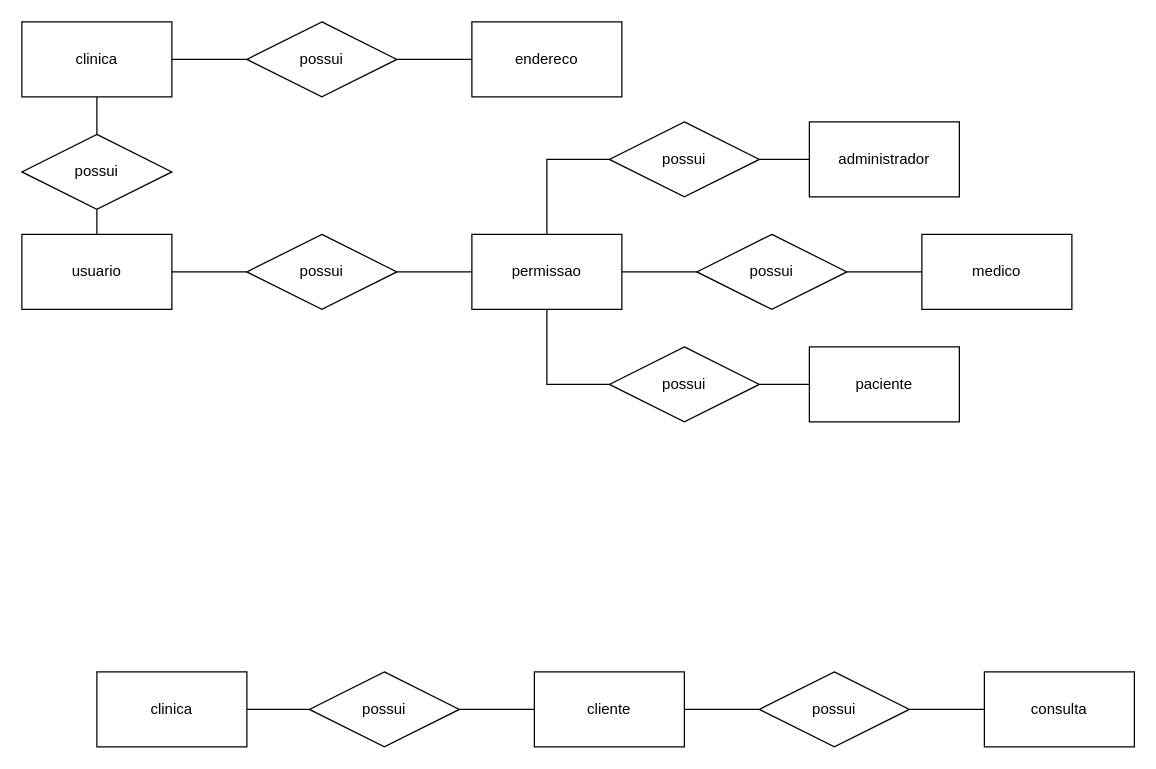
Earlier version of the draw.io diagram page "Conceitual" (1 of 2) of Modelagem/Modelagem.drawio (biancamarangoni/SP-Medical-Group). Source tidied: cells renumbered, new cells numbered last; positions are measured from the earlier drawing's top-left corner, leaving out a move shared by most shapes. Both pictures are drawn from the tidied source at 125%, with x=0, y=0 at pixel (21, 21).
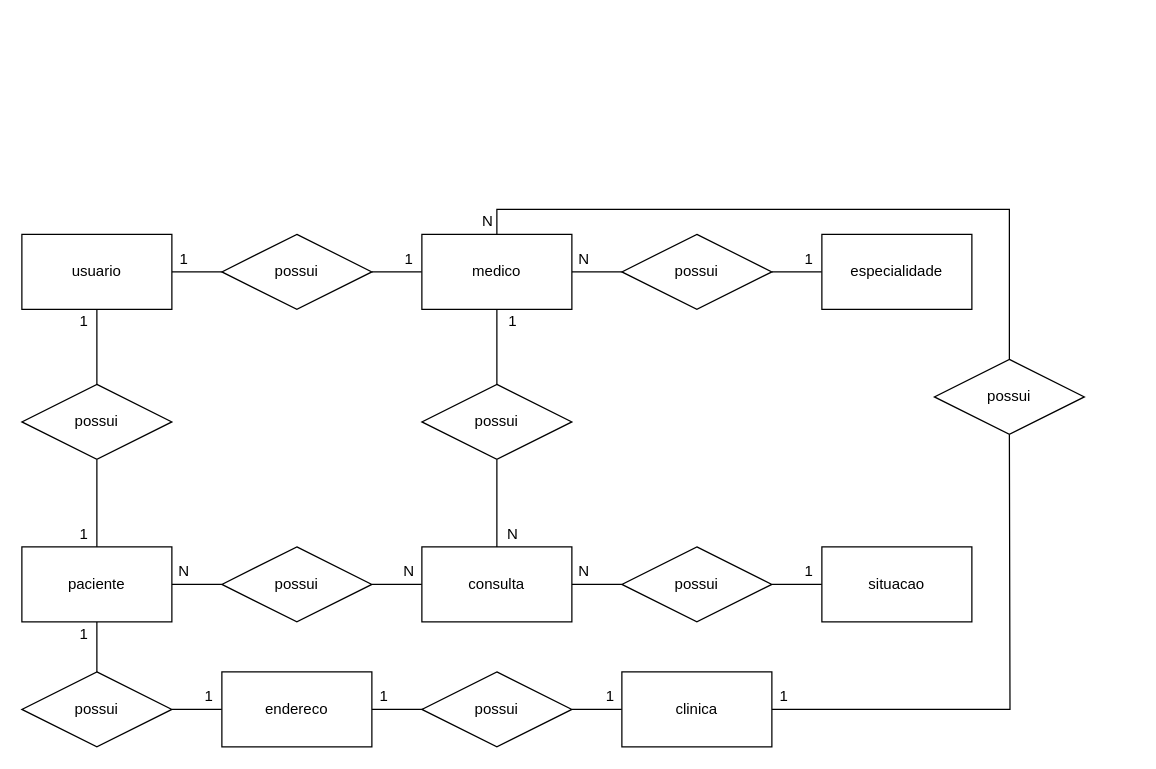
Above is the later version.

Commit message (it also covers changes not shown here):
Modelagem atualizada

The change refers to these unchanged cells:
```xml
<mxCell id="3" value="usuario" style="rounded=0;whiteSpace=wrap;html=1;" parent="1" vertex="1">
  <mxGeometry y="170" width="120" height="60" as="geometry" />
</mxCell>
```

What changed in the source:
```diff
@@
+    <mxCell id="36" style="edgeStyle=orthogonalEdgeStyle;rounded=0;jettySize=auto;html=1;endArrow=none;endFill=0;" parent="1" edge="1" source="3" target="40">
+      <mxGeometry relative="1" as="geometry" />
+    </mxCell>
@@
     <mxCell id="4" style="edgeStyle=orthogonalEdgeStyle;rounded=0;jettySize=auto;html=1;endArrow=none;endFill=0;" parent="1" edge="1" source="5" target="9">
-      <mxGeometry relative="1" as="geometry" />
+      <mxGeometry relative="1" as="geometry">
+        <Array as="points">
+          <mxPoint x="60" y="450" />
+        </Array>
+      </mxGeometry>
     </mxCell>
     <mxCell id="5" value="possui" style="shape=rhombus;perimeter=rhombusPerimeter;whiteSpace=wrap;html=1;align=center;" parent="1" vertex="1">
-      <mxGeometry x="180" y="170" width="120" height="60" as="geometry" />
+      <mxGeometry y="290" width="120" height="60" as="geometry" />
     </mxCell>
-    <mxCell id="6" style="edgeStyle=orthogonalEdgeStyle;rounded=0;jettySize=auto;html=1;endArrow=none;endFill=0;" parent="1" edge="1" source="9" target="11">
-      <mxGeometry relative="1" as="geometry">
-        <Array as="points">
-          <mxPoint x="420" y="290" />
-        </Array>
-      </mxGeometry>
-    </mxCell>
-    <mxCell id="7" style="edgeStyle=orthogonalEdgeStyle;rounded=0;jettySize=auto;html=1;endArrow=none;endFill=0;" parent="1" edge="1" source="9" target="14">
-      <mxGeometry relative="1" as="geometry" />
-    </mxCell>
-    <mxCell id="8" style="edgeStyle=orthogonalEdgeStyle;rounded=0;jettySize=auto;html=1;entryX=0;entryY=0.5;entryDx=0;entryDy=0;endArrow=none;endFill=0;" parent="1" edge="1" source="9" target="17">
-      <mxGeometry relative="1" as="geometry">
-        <Array as="points">
-          <mxPoint x="420" y="110" />
-        </Array>
-      </mxGeometry>
-    </mxCell>
+    <mxCell id="37" style="edgeStyle=orthogonalEdgeStyle;rounded=0;jettySize=auto;html=1;endArrow=none;endFill=0;" parent="1" edge="1" source="9" target="44">
+      <mxGeometry relative="1" as="geometry" />
+    </mxCell>
+    <mxCell id="38" style="edgeStyle=orthogonalEdgeStyle;rounded=0;jettySize=auto;html=1;endArrow=none;endFill=0;" parent="1" edge="1" source="9" target="51">
+      <mxGeometry relative="1" as="geometry" />
+    </mxCell>
-    <mxCell id="9" value="permissao" style="rounded=0;whiteSpace=wrap;html=1;" parent="1" vertex="1">
-      <mxGeometry x="360" y="170" width="120" height="60" as="geometry" />
+    <mxCell id="9" value="paciente" style="rounded=0;whiteSpace=wrap;html=1;" parent="1" vertex="1">
+      <mxGeometry y="420" width="120" height="60" as="geometry" />
     </mxCell>
-    <mxCell id="10" style="edgeStyle=orthogonalEdgeStyle;rounded=0;jettySize=auto;html=1;endArrow=none;endFill=0;" parent="1" edge="1" source="11" target="12">
-      <mxGeometry relative="1" as="geometry" />
-    </mxCell>
-    <mxCell id="11" value="possui" style="shape=rhombus;perimeter=rhombusPerimeter;whiteSpace=wrap;html=1;align=center;" parent="1" vertex="1">
-      <mxGeometry x="470" y="260" width="120" height="60" as="geometry" />
-    </mxCell>
-    <mxCell id="12" value="paciente" style="rounded=0;whiteSpace=wrap;html=1;" parent="1" vertex="1">
-      <mxGeometry x="630" y="260" width="120" height="60" as="geometry" />
-    </mxCell>
-    <mxCell id="13" style="edgeStyle=orthogonalEdgeStyle;rounded=0;jettySize=auto;html=1;endArrow=none;endFill=0;" parent="1" edge="1" source="14" target="15">
-      <mxGeometry relative="1" as="geometry" />
-    </mxCell>
-    <mxCell id="14" value="possui" style="shape=rhombus;perimeter=rhombusPerimeter;whiteSpace=wrap;html=1;align=center;" parent="1" vertex="1">
-      <mxGeometry x="540" y="170" width="120" height="60" as="geometry" />
-    </mxCell>
+    <mxCell id="39" style="edgeStyle=orthogonalEdgeStyle;rounded=0;jettySize=auto;html=1;endArrow=none;endFill=0;" parent="1" edge="1" source="40" target="15">
+      <mxGeometry relative="1" as="geometry" />
+    </mxCell>
+    <mxCell id="40" value="possui" style="shape=rhombus;perimeter=rhombusPerimeter;whiteSpace=wrap;html=1;align=center;" parent="1" vertex="1">
+      <mxGeometry x="160" y="170" width="120" height="60" as="geometry" />
+    </mxCell>
+    <mxCell id="41" style="edgeStyle=orthogonalEdgeStyle;rounded=0;jettySize=auto;html=1;exitX=1;exitY=0.5;exitDx=0;exitDy=0;endArrow=none;endFill=0;" parent="1" edge="1" source="15" target="54">
+      <mxGeometry relative="1" as="geometry" />
+    </mxCell>
+    <mxCell id="42" style="edgeStyle=orthogonalEdgeStyle;rounded=0;jettySize=auto;html=1;endArrow=none;endFill=0;" parent="1" edge="1" source="15" target="57">
+      <mxGeometry relative="1" as="geometry" />
+    </mxCell>
     <mxCell id="15" value="medico" style="rounded=0;whiteSpace=wrap;html=1;" parent="1" vertex="1">
-      <mxGeometry x="720" y="170" width="120" height="60" as="geometry" />
+      <mxGeometry x="320" y="170" width="120" height="60" as="geometry" />
     </mxCell>
-    <mxCell id="16" style="edgeStyle=orthogonalEdgeStyle;rounded=0;jettySize=auto;html=1;endArrow=none;endFill=0;" parent="1" edge="1" source="17" target="18">
-      <mxGeometry relative="1" as="geometry" />
-    </mxCell>
-    <mxCell id="17" value="possui" style="shape=rhombus;perimeter=rhombusPerimeter;whiteSpace=wrap;html=1;align=center;" parent="1" vertex="1">
-      <mxGeometry x="470" y="80" width="120" height="60" as="geometry" />
-    </mxCell>
-    <mxCell id="18" value="administrador" style="rounded=0;whiteSpace=wrap;html=1;" parent="1" vertex="1">
-      <mxGeometry x="630" y="80" width="120" height="60" as="geometry" />
-    </mxCell>
-    <mxCell id="19" style="edgeStyle=orthogonalEdgeStyle;rounded=0;jettySize=auto;html=1;endArrow=none;endFill=0;" parent="1" edge="1" source="20" target="22">
-      <mxGeometry relative="1" as="geometry" />
-    </mxCell>
-    <mxCell id="20" value="clinica" style="rounded=0;whiteSpace=wrap;html=1;" parent="1" vertex="1">
-      <mxGeometry x="60" y="520" width="120" height="60" as="geometry" />
-    </mxCell>
-    <mxCell id="21" style="edgeStyle=orthogonalEdgeStyle;rounded=0;jettySize=auto;html=1;endArrow=none;endFill=0;" parent="1" edge="1" source="22" target="24">
-      <mxGeometry relative="1" as="geometry" />
-    </mxCell>
-    <mxCell id="22" value="possui" style="shape=rhombus;perimeter=rhombusPerimeter;whiteSpace=wrap;html=1;align=center;" parent="1" vertex="1">
-      <mxGeometry x="230" y="520" width="120" height="60" as="geometry" />
-    </mxCell>
-    <mxCell id="23" style="edgeStyle=orthogonalEdgeStyle;rounded=0;jettySize=auto;html=1;endArrow=none;endFill=0;" parent="1" edge="1" source="24" target="26">
-      <mxGeometry relative="1" as="geometry" />
-    </mxCell>
-    <mxCell id="24" value="cliente" style="rounded=0;whiteSpace=wrap;html=1;" parent="1" vertex="1">
-      <mxGeometry x="410" y="520" width="120" height="60" as="geometry" />
-    </mxCell>
-    <mxCell id="25" style="edgeStyle=orthogonalEdgeStyle;rounded=0;jettySize=auto;html=1;endArrow=none;endFill=0;" parent="1" edge="1" source="26" target="27">
-      <mxGeometry relative="1" as="geometry" />
-    </mxCell>
-    <mxCell id="26" value="possui" style="shape=rhombus;perimeter=rhombusPerimeter;whiteSpace=wrap;html=1;align=center;" parent="1" vertex="1">
-      <mxGeometry x="590" y="520" width="120" height="60" as="geometry" />
-    </mxCell>
+    <mxCell id="43" style="edgeStyle=orthogonalEdgeStyle;rounded=0;jettySize=auto;html=1;endArrow=none;endFill=0;" parent="1" edge="1" source="44" target="35">
+      <mxGeometry relative="1" as="geometry" />
+    </mxCell>
+    <mxCell id="44" value="possui" style="shape=rhombus;perimeter=rhombusPerimeter;whiteSpace=wrap;html=1;align=center;" parent="1" vertex="1">
+      <mxGeometry y="520" width="120" height="60" as="geometry" />
+    </mxCell>
+    <mxCell id="45" style="edgeStyle=orthogonalEdgeStyle;rounded=0;jettySize=auto;html=1;entryX=0.5;entryY=0;entryDx=0;entryDy=0;endArrow=none;endFill=0;" parent="1" edge="1" source="35" target="47">
+      <mxGeometry relative="1" as="geometry">
+        <Array as="points">
+          <mxPoint x="380" y="550" />
+        </Array>
+      </mxGeometry>
+    </mxCell>
+    <mxCell id="35" value="endereco" style="rounded=0;whiteSpace=wrap;html=1;" parent="1" vertex="1">
+      <mxGeometry x="160" y="520" width="120" height="60" as="geometry" />
+    </mxCell>
+    <mxCell id="46" style="edgeStyle=orthogonalEdgeStyle;rounded=0;jettySize=auto;html=1;endArrow=none;endFill=0;" parent="1" edge="1" source="47" target="49">
+      <mxGeometry relative="1" as="geometry" />
+    </mxCell>
+    <mxCell id="47" value="possui" style="shape=rhombus;perimeter=rhombusPerimeter;whiteSpace=wrap;html=1;align=center;" parent="1" vertex="1">
+      <mxGeometry x="320" y="520" width="120" height="60" as="geometry" />
+    </mxCell>
+    <mxCell id="48" style="edgeStyle=orthogonalEdgeStyle;rounded=0;jettySize=auto;html=1;endArrow=none;endFill=0;" parent="1" edge="1" source="49">
+      <mxGeometry relative="1" as="geometry">
+        <mxPoint x="790" y="330" as="targetPoint" />
+      </mxGeometry>
+    </mxCell>
+    <mxCell id="49" value="clinica" style="rounded=0;whiteSpace=wrap;html=1;" parent="1" vertex="1">
+      <mxGeometry x="480" y="520" width="120" height="60" as="geometry" />
+    </mxCell>
+    <mxCell id="50" style="edgeStyle=orthogonalEdgeStyle;rounded=0;jettySize=auto;html=1;endArrow=none;endFill=0;" parent="1" edge="1" source="51" target="27">
+      <mxGeometry relative="1" as="geometry" />
+    </mxCell>
+    <mxCell id="51" value="possui" style="shape=rhombus;perimeter=rhombusPerimeter;whiteSpace=wrap;html=1;align=center;" parent="1" vertex="1">
+      <mxGeometry x="160" y="420" width="120" height="60" as="geometry" />
+    </mxCell>
+    <mxCell id="52" style="edgeStyle=orthogonalEdgeStyle;rounded=0;jettySize=auto;html=1;endArrow=none;endFill=0;" parent="1" edge="1" source="27" target="59">
+      <mxGeometry relative="1" as="geometry" />
+    </mxCell>
     <mxCell id="27" value="consulta" style="rounded=0;whiteSpace=wrap;html=1;" parent="1" vertex="1">
-      <mxGeometry x="770" y="520" width="120" height="60" as="geometry" />
+      <mxGeometry x="320" y="420" width="120" height="60" as="geometry" />
     </mxCell>
-    <mxCell id="28" style="edgeStyle=orthogonalEdgeStyle;rounded=0;jettySize=auto;html=1;endArrow=none;endFill=0;" parent="1" edge="1" source="30" target="32">
-      <mxGeometry relative="1" as="geometry" />
-    </mxCell>
-    <mxCell id="29" style="edgeStyle=orthogonalEdgeStyle;rounded=0;jettySize=auto;html=1;endArrow=none;endFill=0;" parent="1" edge="1" source="30" target="34">
-      <mxGeometry relative="1" as="geometry" />
-    </mxCell>
-    <mxCell id="30" value="clinica" style="rounded=0;whiteSpace=wrap;html=1;" parent="1" vertex="1">
-      <mxGeometry width="120" height="60" as="geometry" />
-    </mxCell>
-    <mxCell id="31" style="edgeStyle=orthogonalEdgeStyle;rounded=0;jettySize=auto;html=1;endArrow=none;endFill=0;" parent="1" edge="1" source="32" target="3">
-      <mxGeometry relative="1" as="geometry" />
-    </mxCell>
-    <mxCell id="32" value="possui" style="shape=rhombus;perimeter=rhombusPerimeter;whiteSpace=wrap;html=1;align=center;" parent="1" vertex="1">
-      <mxGeometry y="90" width="120" height="60" as="geometry" />
-    </mxCell>
-    <mxCell id="33" style="edgeStyle=orthogonalEdgeStyle;rounded=0;jettySize=auto;html=1;endArrow=none;endFill=0;" parent="1" edge="1" source="34" target="35">
-      <mxGeometry relative="1" as="geometry" />
-    </mxCell>
-    <mxCell id="34" value="possui" style="shape=rhombus;perimeter=rhombusPerimeter;whiteSpace=wrap;html=1;align=center;" parent="1" vertex="1">
-      <mxGeometry x="180" width="120" height="60" as="geometry" />
-    </mxCell>
-    <mxCell id="35" value="endereco" style="rounded=0;whiteSpace=wrap;html=1;" parent="1" vertex="1">
-      <mxGeometry x="360" width="120" height="60" as="geometry" />
-    </mxCell>
+    <mxCell id="53" style="edgeStyle=orthogonalEdgeStyle;rounded=0;jettySize=auto;html=1;endArrow=none;endFill=0;" parent="1" edge="1" source="54" target="55">
+      <mxGeometry relative="1" as="geometry" />
+    </mxCell>
+    <mxCell id="54" value="possui" style="shape=rhombus;perimeter=rhombusPerimeter;whiteSpace=wrap;html=1;align=center;" parent="1" vertex="1">
+      <mxGeometry x="480" y="170" width="120" height="60" as="geometry" />
+    </mxCell>
+    <mxCell id="55" value="especialidade" style="rounded=0;whiteSpace=wrap;html=1;" parent="1" vertex="1">
+      <mxGeometry x="640" y="170" width="120" height="60" as="geometry" />
+    </mxCell>
+    <mxCell id="56" style="edgeStyle=orthogonalEdgeStyle;rounded=0;jettySize=auto;html=1;endArrow=none;endFill=0;" parent="1" edge="1" source="57" target="27">
+      <mxGeometry relative="1" as="geometry" />
+    </mxCell>
+    <mxCell id="57" value="possui" style="shape=rhombus;perimeter=rhombusPerimeter;whiteSpace=wrap;html=1;align=center;" parent="1" vertex="1">
+      <mxGeometry x="320" y="290" width="120" height="60" as="geometry" />
+    </mxCell>
+    <mxCell id="58" style="edgeStyle=orthogonalEdgeStyle;rounded=0;jettySize=auto;html=1;endArrow=none;endFill=0;" parent="1" edge="1" source="59" target="60">
+      <mxGeometry relative="1" as="geometry" />
+    </mxCell>
+    <mxCell id="59" value="possui" style="shape=rhombus;perimeter=rhombusPerimeter;whiteSpace=wrap;html=1;align=center;" parent="1" vertex="1">
+      <mxGeometry x="480" y="420" width="120" height="60" as="geometry" />
+    </mxCell>
+    <mxCell id="60" value="situacao" style="rounded=0;whiteSpace=wrap;html=1;" parent="1" vertex="1">
+      <mxGeometry x="640" y="420" width="120" height="60" as="geometry" />
+    </mxCell>
+    <mxCell id="61" style="edgeStyle=orthogonalEdgeStyle;rounded=0;jettySize=auto;html=1;entryX=0.5;entryY=0;entryDx=0;entryDy=0;endArrow=none;endFill=0;" parent="1" edge="1" source="62" target="15">
+      <mxGeometry relative="1" as="geometry">
+        <Array as="points">
+          <mxPoint x="790" y="150" />
+          <mxPoint x="380" y="150" />
+        </Array>
+      </mxGeometry>
+    </mxCell>
+    <mxCell id="62" value="possui" style="shape=rhombus;perimeter=rhombusPerimeter;whiteSpace=wrap;html=1;align=center;" parent="1" vertex="1">
+      <mxGeometry x="730" y="270" width="120" height="60" as="geometry" />
+    </mxCell>
+    <mxCell id="63" value="1" style="text;html=1;strokeColor=none;fillColor=none;align=center;verticalAlign=middle;whiteSpace=wrap;rounded=0;" parent="1" vertex="1">
+      <mxGeometry x="110" y="180" width="40" height="20" as="geometry" />
+    </mxCell>
+    <mxCell id="64" value="1" style="text;html=1;strokeColor=none;fillColor=none;align=center;verticalAlign=middle;whiteSpace=wrap;rounded=0;" parent="1" vertex="1">
+      <mxGeometry x="290" y="180" width="40" height="20" as="geometry" />
+    </mxCell>
+    <mxCell id="65" value="1" style="text;html=1;strokeColor=none;fillColor=none;align=center;verticalAlign=middle;whiteSpace=wrap;rounded=0;" parent="1" vertex="1">
+      <mxGeometry x="30" y="230" width="40" height="20" as="geometry" />
+    </mxCell>
+    <mxCell id="66" value="1" style="text;html=1;strokeColor=none;fillColor=none;align=center;verticalAlign=middle;whiteSpace=wrap;rounded=0;" parent="1" vertex="1">
+      <mxGeometry x="30" y="400" width="40" height="20" as="geometry" />
+    </mxCell>
+    <mxCell id="67" value="1" style="text;html=1;strokeColor=none;fillColor=none;align=center;verticalAlign=middle;whiteSpace=wrap;rounded=0;" parent="1" vertex="1">
+      <mxGeometry x="30" y="480" width="40" height="20" as="geometry" />
+    </mxCell>
+    <mxCell id="68" value="1" style="text;html=1;strokeColor=none;fillColor=none;align=center;verticalAlign=middle;whiteSpace=wrap;rounded=0;" parent="1" vertex="1">
+      <mxGeometry x="130" y="530" width="40" height="20" as="geometry" />
+    </mxCell>
+    <mxCell id="69" value="1" style="text;html=1;strokeColor=none;fillColor=none;align=center;verticalAlign=middle;whiteSpace=wrap;rounded=0;" parent="1" vertex="1">
+      <mxGeometry x="451" y="530" width="40" height="20" as="geometry" />
+    </mxCell>
+    <mxCell id="70" value="N" style="text;html=1;strokeColor=none;fillColor=none;align=center;verticalAlign=middle;whiteSpace=wrap;rounded=0;" parent="1" vertex="1">
+      <mxGeometry x="110" y="430" width="40" height="20" as="geometry" />
+    </mxCell>
+    <mxCell id="71" value="N" style="text;html=1;strokeColor=none;fillColor=none;align=center;verticalAlign=middle;whiteSpace=wrap;rounded=0;" parent="1" vertex="1">
+      <mxGeometry x="290" y="430" width="40" height="20" as="geometry" />
+    </mxCell>
+    <mxCell id="72" value="N" style="text;html=1;strokeColor=none;fillColor=none;align=center;verticalAlign=middle;whiteSpace=wrap;rounded=0;" parent="1" vertex="1">
+      <mxGeometry x="430" y="430" width="40" height="20" as="geometry" />
+    </mxCell>
+    <mxCell id="73" value="1" style="text;html=1;strokeColor=none;fillColor=none;align=center;verticalAlign=middle;whiteSpace=wrap;rounded=0;" parent="1" vertex="1">
+      <mxGeometry x="610" y="430" width="40" height="20" as="geometry" />
+    </mxCell>
+    <mxCell id="74" value="1" style="text;html=1;strokeColor=none;fillColor=none;align=center;verticalAlign=middle;whiteSpace=wrap;rounded=0;" parent="1" vertex="1">
+      <mxGeometry x="270" y="530" width="40" height="20" as="geometry" />
+    </mxCell>
+    <mxCell id="75" value="N" style="text;html=1;strokeColor=none;fillColor=none;align=center;verticalAlign=middle;whiteSpace=wrap;rounded=0;" parent="1" vertex="1">
+      <mxGeometry x="373" y="400" width="40" height="20" as="geometry" />
+    </mxCell>
+    <mxCell id="76" value="1" style="text;html=1;strokeColor=none;fillColor=none;align=center;verticalAlign=middle;whiteSpace=wrap;rounded=0;" parent="1" vertex="1">
+      <mxGeometry x="373" y="230" width="40" height="20" as="geometry" />
+    </mxCell>
+    <mxCell id="77" value="1" style="text;html=1;strokeColor=none;fillColor=none;align=center;verticalAlign=middle;whiteSpace=wrap;rounded=0;" parent="1" vertex="1">
+      <mxGeometry x="590" y="530" width="40" height="20" as="geometry" />
+    </mxCell>
+    <mxCell id="78" value="N" style="text;html=1;strokeColor=none;fillColor=none;align=center;verticalAlign=middle;whiteSpace=wrap;rounded=0;" parent="1" vertex="1">
+      <mxGeometry x="353" y="150" width="40" height="20" as="geometry" />
+    </mxCell>
+    <mxCell id="79" value="N" style="text;html=1;strokeColor=none;fillColor=none;align=center;verticalAlign=middle;whiteSpace=wrap;rounded=0;" parent="1" vertex="1">
+      <mxGeometry x="430" y="180" width="40" height="20" as="geometry" />
+    </mxCell>
+    <mxCell id="80" value="1" style="text;html=1;strokeColor=none;fillColor=none;align=center;verticalAlign=middle;whiteSpace=wrap;rounded=0;" parent="1" vertex="1">
+      <mxGeometry x="610" y="180" width="40" height="20" as="geometry" />
+    </mxCell>
```
